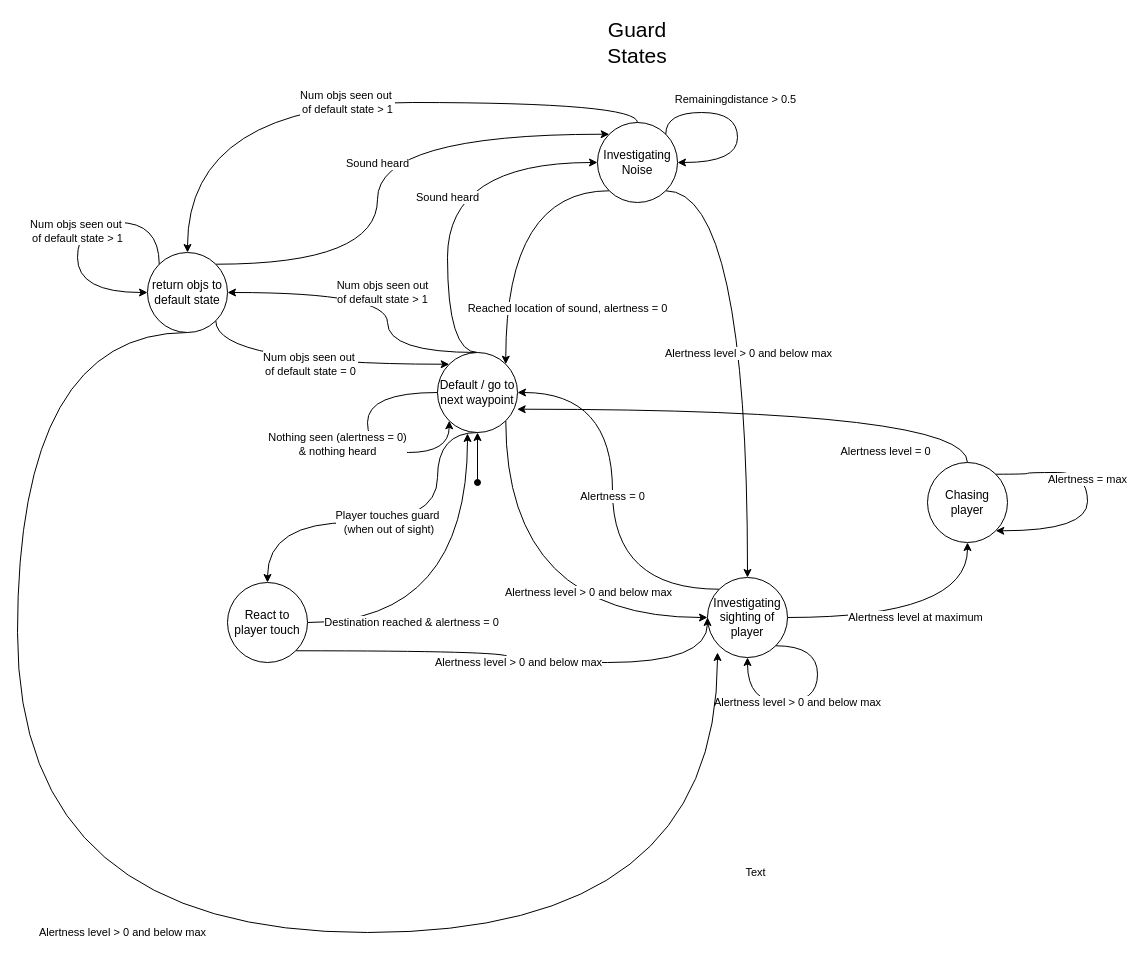
0utlands/gamedev keeps this draw.io diagram as gamedev/GuardStateMachine2.drawio. Above is the earlier version. Source tidied: cells renumbered, new cells numbered last; positions are measured from the earlier drawing's top-left corner, leaving out a move shared by most shapes. Both pictures are drawn from the tidied source at 100%, with x=0, y=0 at pixel (17, 32).
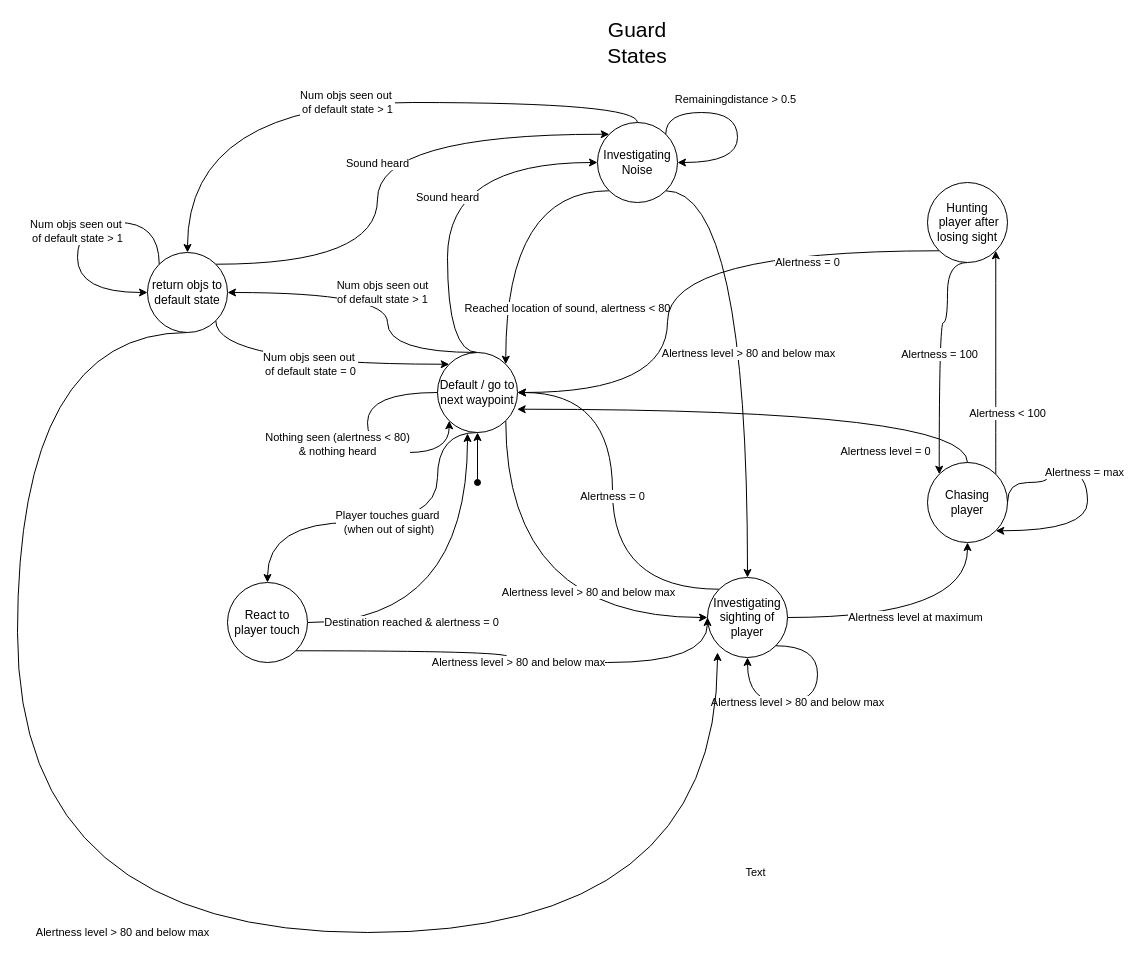
After the change.

Commit message:
updated state machine

Unchanged cells that the change refers to:
```xml
<mxCell id="6" value="Default / go to next waypoint" style="ellipse;whiteSpace=wrap;html=1;" parent="1" vertex="1">
  <mxGeometry x="420" y="320" width="80" height="80" as="geometry" />
</mxCell>
<mxCell id="8" style="edgeStyle=orthogonalEdgeStyle;curved=1;rounded=0;jettySize=auto;html=1;entryX=0.5;entryY=0;entryDx=0;entryDy=0;exitX=1;exitY=1;exitDx=0;exitDy=0;" parent="1" edge="1" source="11" target="14">
  <mxGeometry relative="1" as="geometry" />
</mxCell>
<mxCell id="11" value="Investigating Noise" style="ellipse;whiteSpace=wrap;html=1;" parent="1" vertex="1">
  <mxGeometry x="580" y="90" width="80" height="80" as="geometry" />
</mxCell>
<mxCell id="14" value="Investigating sighting of player" style="ellipse;whiteSpace=wrap;html=1;" parent="1" vertex="1">
  <mxGeometry x="690" y="545" width="80" height="80" as="geometry" />
</mxCell>
<mxCell id="17" value="Chasing player" style="ellipse;whiteSpace=wrap;html=1;" parent="1" vertex="1">
  <mxGeometry x="910" y="430" width="80" height="80" as="geometry" />
</mxCell>
<mxCell id="29" value="return objs to default state" style="ellipse;whiteSpace=wrap;html=1;" parent="1" vertex="1">
  <mxGeometry x="130" y="220" width="80" height="80" as="geometry" />
</mxCell>
<mxCell id="33" value="React to player touch" style="ellipse;whiteSpace=wrap;html=1;" parent="1" vertex="1">
  <mxGeometry x="210" y="550" width="80" height="80" as="geometry" />
</mxCell>
```

Diff of the diagram source:
```diff
@@
-    <mxCell id="2" value="Alertness level &amp;gt; 0 and below max" style="edgeStyle=orthogonalEdgeStyle;curved=1;rounded=0;jettySize=auto;html=1;exitX=1;exitY=1;exitDx=0;exitDy=0;entryX=0;entryY=0.5;entryDx=0;entryDy=0;" parent="1" edge="1" source="6" target="14">
+    <mxCell id="2" value="Alertness level &amp;gt; 80 and below max" style="edgeStyle=orthogonalEdgeStyle;curved=1;rounded=0;jettySize=auto;html=1;exitX=1;exitY=1;exitDx=0;exitDy=0;entryX=0;entryY=0.5;entryDx=0;entryDy=0;" parent="1" edge="1" source="6" target="14">
       <mxGeometry x="0.4" y="25" relative="1" as="geometry">
         <Array as="points">
           <mxPoint x="488" y="585" />
         </Array>
       </mxGeometry>
     </mxCell>
@@
-    <mxCell id="7" value="Reached location of sound, alertness = 0" style="edgeStyle=orthogonalEdgeStyle;curved=1;rounded=0;jettySize=auto;html=1;exitX=0;exitY=1;exitDx=0;exitDy=0;entryX=1;entryY=0;entryDx=0;entryDy=0;" parent="1" edge="1" source="11" target="6">
+    <mxCell id="7" value="Reached location of sound, alertness &amp;lt; 80" style="edgeStyle=orthogonalEdgeStyle;curved=1;rounded=0;jettySize=auto;html=1;exitX=0;exitY=1;exitDx=0;exitDy=0;entryX=1;entryY=0;entryDx=0;entryDy=0;" parent="1" edge="1" source="11" target="6">
       <mxGeometry x="0.6" y="62" relative="1" as="geometry" />
     </mxCell>
@@
-    <mxCell id="9" value="Alertness level &amp;gt; 0 and below max" style="edgeLabel;html=1;align=center;verticalAlign=middle;" parent="8" vertex="1">
+    <mxCell id="9" value="Alertness level &amp;gt; 80 and below max" style="edgeLabel;html=1;align=center;verticalAlign=middle;" parent="8" vertex="1">
       <mxGeometry x="-0.12" relative="1" as="geometry">
         <mxPoint y="38.4" as="offset" />
       </mxGeometry>
     </mxCell>
@@
+    <mxCell id="34" value="Alertness &amp;lt; 100" style="edgeStyle=orthogonalEdgeStyle;rounded=0;jettySize=auto;html=1;exitX=1;exitY=0;exitDx=0;exitDy=0;entryX=1;entryY=1;entryDx=0;entryDy=0;curved=1;" parent="1" edge="1" source="17" target="37">
+      <mxGeometry x="-0.45" y="-12" relative="1" as="geometry" />
+    </mxCell>
@@
-    <mxCell id="18" value="Nothing seen (alertness = 0) &lt;br&gt;&amp;amp; nothing heard" style="edgeStyle=orthogonalEdgeStyle;rounded=0;orthogonalLoop=1;jettySize=auto;html=1;exitX=0;exitY=0.5;exitDx=0;exitDy=0;entryX=0;entryY=1;entryDx=0;entryDy=0;curved=1;" parent="1" edge="1" source="6" target="6">
+    <mxCell id="18" value="Nothing seen (alertness &amp;lt; 80) &lt;br&gt;&amp;amp; nothing heard" style="edgeStyle=orthogonalEdgeStyle;rounded=0;orthogonalLoop=1;jettySize=auto;html=1;exitX=0;exitY=0.5;exitDx=0;exitDy=0;entryX=0;entryY=1;entryDx=0;entryDy=0;curved=1;" parent="1" edge="1" source="6" target="6">
       <mxGeometry y="-30" relative="1" as="geometry">
         <Array as="points">
           <mxPoint x="350" y="360" />
           <mxPoint x="350" y="420" />
           <mxPoint x="432" y="420" />
         </Array>
       </mxGeometry>
     </mxCell>
-    <mxCell id="19" value="Alertness = max" style="edgeStyle=orthogonalEdgeStyle;curved=1;rounded=0;orthogonalLoop=1;jettySize=auto;html=1;exitX=1;exitY=0;exitDx=0;exitDy=0;entryX=1;entryY=1;entryDx=0;entryDy=0;" parent="1" edge="1" source="17" target="17">
+    <mxCell id="19" value="Alertness = max" style="edgeStyle=orthogonalEdgeStyle;curved=1;rounded=0;orthogonalLoop=1;jettySize=auto;html=1;exitX=1;exitY=0.5;exitDx=0;exitDy=0;entryX=1;entryY=1;entryDx=0;entryDy=0;" parent="1" edge="1" source="17" target="17">
       <mxGeometry x="-0.18" relative="1" as="geometry">
         <Array as="points">
-          <mxPoint x="1010" y="442" />
-          <mxPoint x="1010" y="440" />
+          <mxPoint x="990" y="450" />
+          <mxPoint x="1030" y="450" />
+          <mxPoint x="1030" y="440" />
           <mxPoint x="1070" y="440" />
           <mxPoint x="1070" y="498" />
         </Array>
       </mxGeometry>
     </mxCell>
@@
-    <mxCell id="22" value="Alertness level &amp;gt; 0 and below max" style="edgeStyle=orthogonalEdgeStyle;curved=1;rounded=0;orthogonalLoop=1;jettySize=auto;html=1;exitX=1;exitY=1;exitDx=0;exitDy=0;entryX=0.5;entryY=1;entryDx=0;entryDy=0;" parent="1" edge="1" source="14" target="14">
+    <mxCell id="22" value="Alertness level &amp;gt; 80 and below max" style="edgeStyle=orthogonalEdgeStyle;curved=1;rounded=0;orthogonalLoop=1;jettySize=auto;html=1;exitX=1;exitY=1;exitDx=0;exitDy=0;entryX=0.5;entryY=1;entryDx=0;entryDy=0;" parent="1" edge="1" source="14" target="14">
       <mxGeometry x="0.11" relative="1" as="geometry">
         <Array as="points">
           <mxPoint x="800" y="613" />
           <mxPoint x="800" y="670" />
           <mxPoint x="730" y="670" />
         </Array>
       </mxGeometry>
     </mxCell>
@@
-    <mxCell id="26" value="Alertness level &amp;gt; 0 and below max" style="edgeStyle=orthogonalEdgeStyle;curved=1;rounded=0;jettySize=auto;html=1;exitX=0.5;exitY=1;exitDx=0;exitDy=0;" parent="1" edge="1" source="29">
+    <mxCell id="26" value="Alertness level &amp;gt; 80 and below max" style="edgeStyle=orthogonalEdgeStyle;curved=1;rounded=0;jettySize=auto;html=1;exitX=0.5;exitY=1;exitDx=0;exitDy=0;" parent="1" edge="1" source="29">
       <mxGeometry relative="1" as="geometry">
         <mxPoint x="700" y="620" as="targetPoint" />
         <Array as="points">
           <mxPoint y="300" />
           <mxPoint y="900" />
           <mxPoint x="700" y="900" />
         </Array>
       </mxGeometry>
     </mxCell>
@@
-    <mxCell id="32" value="Alertness level &amp;gt; 0 and below max" style="edgeStyle=orthogonalEdgeStyle;curved=1;rounded=0;jettySize=auto;html=1;exitX=1;exitY=1;exitDx=0;exitDy=0;entryX=0;entryY=0.5;entryDx=0;entryDy=0;" parent="1" edge="1" source="33" target="14">
+    <mxCell id="32" value="Alertness level &amp;gt; 80 and below max" style="edgeStyle=orthogonalEdgeStyle;curved=1;rounded=0;jettySize=auto;html=1;exitX=1;exitY=1;exitDx=0;exitDy=0;entryX=0;entryY=0.5;entryDx=0;entryDy=0;" parent="1" edge="1" source="33" target="14">
       <mxGeometry relative="1" as="geometry">
         <Array as="points">
           <mxPoint x="490" y="618" />
           <mxPoint x="490" y="630" />
           <mxPoint x="690" y="630" />
         </Array>
       </mxGeometry>
     </mxCell>
@@
+    <mxCell id="35" value="Alertness = 100" style="edgeStyle=orthogonalEdgeStyle;curved=1;rounded=0;jettySize=auto;html=1;exitX=0.5;exitY=1;exitDx=0;exitDy=0;entryX=0;entryY=0;entryDx=0;entryDy=0;" parent="1" edge="1" source="37" target="17">
+      <mxGeometry relative="1" as="geometry">
+        <Array as="points">
+          <mxPoint x="930" y="230" />
+          <mxPoint x="930" y="290" />
+          <mxPoint x="922" y="290" />
+        </Array>
+      </mxGeometry>
+    </mxCell>
+    <mxCell id="36" value="Alertness = 0" style="edgeStyle=orthogonalEdgeStyle;curved=1;rounded=0;jettySize=auto;html=1;exitX=0;exitY=1;exitDx=0;exitDy=0;entryX=1;entryY=0.5;entryDx=0;entryDy=0;" parent="1" edge="1" source="37" target="6">
+      <mxGeometry x="-0.53" y="12" relative="1" as="geometry">
+        <Array as="points">
+          <mxPoint x="650" y="218" />
+          <mxPoint x="650" y="360" />
+        </Array>
+      </mxGeometry>
+    </mxCell>
+    <mxCell id="37" value="Hunting&lt;br&gt;&amp;nbsp;player after losing sight" style="ellipse;whiteSpace=wrap;html=1;" parent="1" vertex="1">
+      <mxGeometry x="910" y="150" width="80" height="80" as="geometry" />
+    </mxCell>
```
